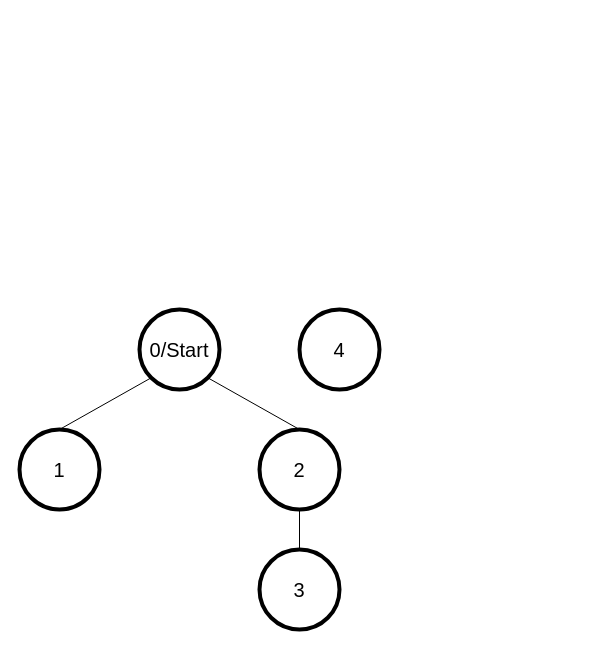
The draw.io diagram FALL 19/CSE 208/graph.drawio in SatyakiDas/ulab_course_materials, before the edit. Source tidied: cells renumbered, new cells numbered last; positions are measured from the earlier drawing's top-left corner, leaving out a move shared by most shapes. Both pictures are drawn from the tidied source at 100%, with x=0, y=0 at pixel (19, 309).
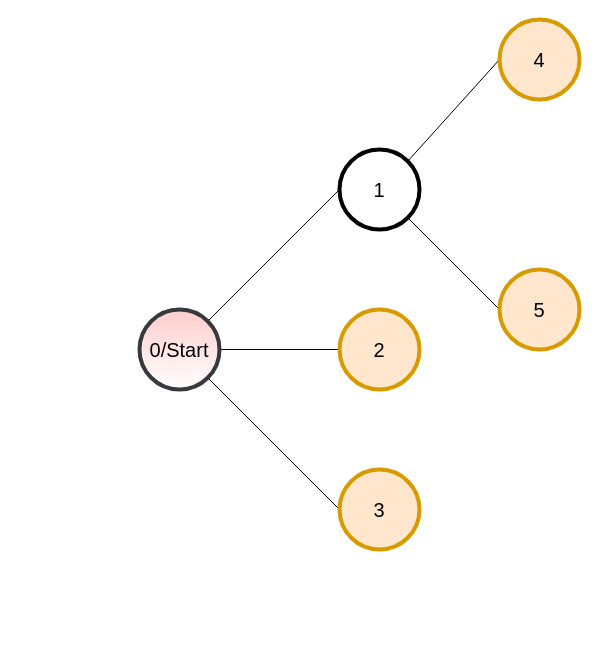
Above is the later version.

What changed in the source:
```diff
@@
 <mxGraphModel>
   <root>
     <mxCell id="0" />
     <mxCell id="1" parent="0" />
-    <mxCell id="2" style="rounded=0;jettySize=auto;html=1;exitX=0;exitY=1;exitDx=0;exitDy=0;entryX=0.5;entryY=0;entryDx=0;entryDy=0;endArrow=none;endFill=0;" parent="1" edge="1" source="4" target="5">
+    <mxCell id="2" style="edgeStyle=none;rounded=0;jettySize=auto;html=1;exitX=1;exitY=0;exitDx=0;exitDy=0;entryX=0;entryY=0.5;entryDx=0;entryDy=0;endArrow=none;endFill=0;" parent="1" edge="1" source="4" target="5">
       <mxGeometry relative="1" as="geometry" />
     </mxCell>
-    <mxCell id="3" style="edgeStyle=none;rounded=0;jettySize=auto;html=1;exitX=1;exitY=1;exitDx=0;exitDy=0;entryX=0.5;entryY=0;entryDx=0;entryDy=0;endArrow=none;endFill=0;" parent="1" edge="1" source="4" target="7">
+    <mxCell id="3" style="edgeStyle=none;rounded=0;jettySize=auto;html=1;exitX=1;exitY=0.5;exitDx=0;exitDy=0;entryX=0;entryY=0.5;entryDx=0;entryDy=0;endArrow=none;endFill=0;" parent="1" edge="1" source="4" target="7">
       <mxGeometry relative="1" as="geometry" />
     </mxCell>
+    <mxCell id="10" style="edgeStyle=none;rounded=0;jettySize=auto;html=1;exitX=1;exitY=1;exitDx=0;exitDy=0;entryX=0;entryY=0.5;entryDx=0;entryDy=0;endArrow=none;endFill=0;" parent="1" edge="1" source="4" target="8">
+      <mxGeometry relative="1" as="geometry" />
+    </mxCell>
-    <mxCell id="4" value="&lt;font style=&quot;font-size: 20px&quot;&gt;0/Start&lt;/font&gt;" style="ellipse;whiteSpace=wrap;html=1;strokeWidth=4;fontFamily=Cambria;" parent="1" vertex="1">
+    <mxCell id="4" value="&lt;font style=&quot;font-size: 20px&quot;&gt;0/Start&lt;/font&gt;" style="ellipse;whiteSpace=wrap;html=1;strokeWidth=4;fontFamily=Cambria;fillColor=#ffcccc;strokeColor=#36393d;gradientColor=#ffffff;" parent="1" vertex="1">
       <mxGeometry x="120" width="80" height="80" as="geometry" />
     </mxCell>
+    <mxCell id="11" style="edgeStyle=none;rounded=0;jettySize=auto;html=1;exitX=1;exitY=0;exitDx=0;exitDy=0;entryX=0;entryY=0.5;entryDx=0;entryDy=0;endArrow=none;endFill=0;" parent="1" edge="1" source="5" target="9">
+      <mxGeometry relative="1" as="geometry" />
+    </mxCell>
+    <mxCell id="12" style="edgeStyle=none;rounded=0;jettySize=auto;html=1;exitX=1;exitY=1;exitDx=0;exitDy=0;entryX=0;entryY=0.5;entryDx=0;entryDy=0;endArrow=none;endFill=0;" parent="1" edge="1" source="5" target="13">
+      <mxGeometry relative="1" as="geometry" />
+    </mxCell>
     <mxCell id="5" value="&lt;font style=&quot;font-size: 20px&quot; face=&quot;Cambria&quot;&gt;1&lt;/font&gt;" style="ellipse;whiteSpace=wrap;html=1;strokeWidth=4;" parent="1" vertex="1">
-      <mxGeometry y="120" width="80" height="80" as="geometry" />
+      <mxGeometry x="320" y="-160" width="80" height="80" as="geometry" />
     </mxCell>
-    <mxCell id="6" style="edgeStyle=none;rounded=0;jettySize=auto;html=1;exitX=0.5;exitY=1;exitDx=0;exitDy=0;entryX=0.5;entryY=0;entryDx=0;entryDy=0;endArrow=none;endFill=0;" parent="1" edge="1" source="7" target="8">
-      <mxGeometry relative="1" as="geometry" />
-    </mxCell>
-    <mxCell id="7" value="&lt;font style=&quot;font-size: 20px&quot; face=&quot;Cambria&quot;&gt;2&lt;/font&gt;" style="ellipse;whiteSpace=wrap;html=1;strokeWidth=4;" parent="1" vertex="1">
-      <mxGeometry x="240" y="120" width="80" height="80" as="geometry" />
+    <mxCell id="7" value="&lt;font style=&quot;font-size: 20px&quot; face=&quot;Cambria&quot;&gt;2&lt;/font&gt;" style="ellipse;whiteSpace=wrap;html=1;strokeWidth=4;fillColor=#ffe6cc;strokeColor=#d79b00;" parent="1" vertex="1">
+      <mxGeometry x="320" width="80" height="80" as="geometry" />
     </mxCell>
-    <mxCell id="8" value="&lt;font style=&quot;font-size: 20px&quot; face=&quot;Cambria&quot;&gt;3&lt;br&gt;&lt;/font&gt;" style="ellipse;whiteSpace=wrap;html=1;strokeWidth=4;" parent="1" vertex="1">
-      <mxGeometry x="240" y="240" width="80" height="80" as="geometry" />
+    <mxCell id="8" value="&lt;font style=&quot;font-size: 20px&quot; face=&quot;Cambria&quot;&gt;3&lt;br&gt;&lt;/font&gt;" style="ellipse;whiteSpace=wrap;html=1;strokeWidth=4;fillColor=#ffe6cc;strokeColor=#d79b00;" parent="1" vertex="1">
+      <mxGeometry x="320" y="160" width="80" height="80" as="geometry" />
     </mxCell>
-    <mxCell id="9" value="&lt;font style=&quot;font-size: 20px&quot; face=&quot;Cambria&quot;&gt;4&lt;br&gt;&lt;/font&gt;" style="ellipse;whiteSpace=wrap;html=1;strokeWidth=4;" parent="1" vertex="1">
-      <mxGeometry x="280" width="80" height="80" as="geometry" />
+    <mxCell id="9" value="&lt;font style=&quot;font-size: 20px&quot; face=&quot;Cambria&quot;&gt;4&lt;br&gt;&lt;/font&gt;" style="ellipse;whiteSpace=wrap;html=1;strokeWidth=4;fillColor=#ffe6cc;strokeColor=#d79b00;gradientColor=none;" parent="1" vertex="1">
+      <mxGeometry x="480" y="-290" width="80" height="80" as="geometry" />
     </mxCell>
+    <mxCell id="13" value="&lt;font style=&quot;font-size: 20px&quot; face=&quot;Cambria&quot;&gt;5&lt;br&gt;&lt;/font&gt;" style="ellipse;whiteSpace=wrap;html=1;strokeWidth=4;fillColor=#ffe6cc;strokeColor=#d79b00;" parent="1" vertex="1">
+      <mxGeometry x="480" y="-40" width="80" height="80" as="geometry" />
+    </mxCell>
   </root>
 </mxGraphModel>
```
